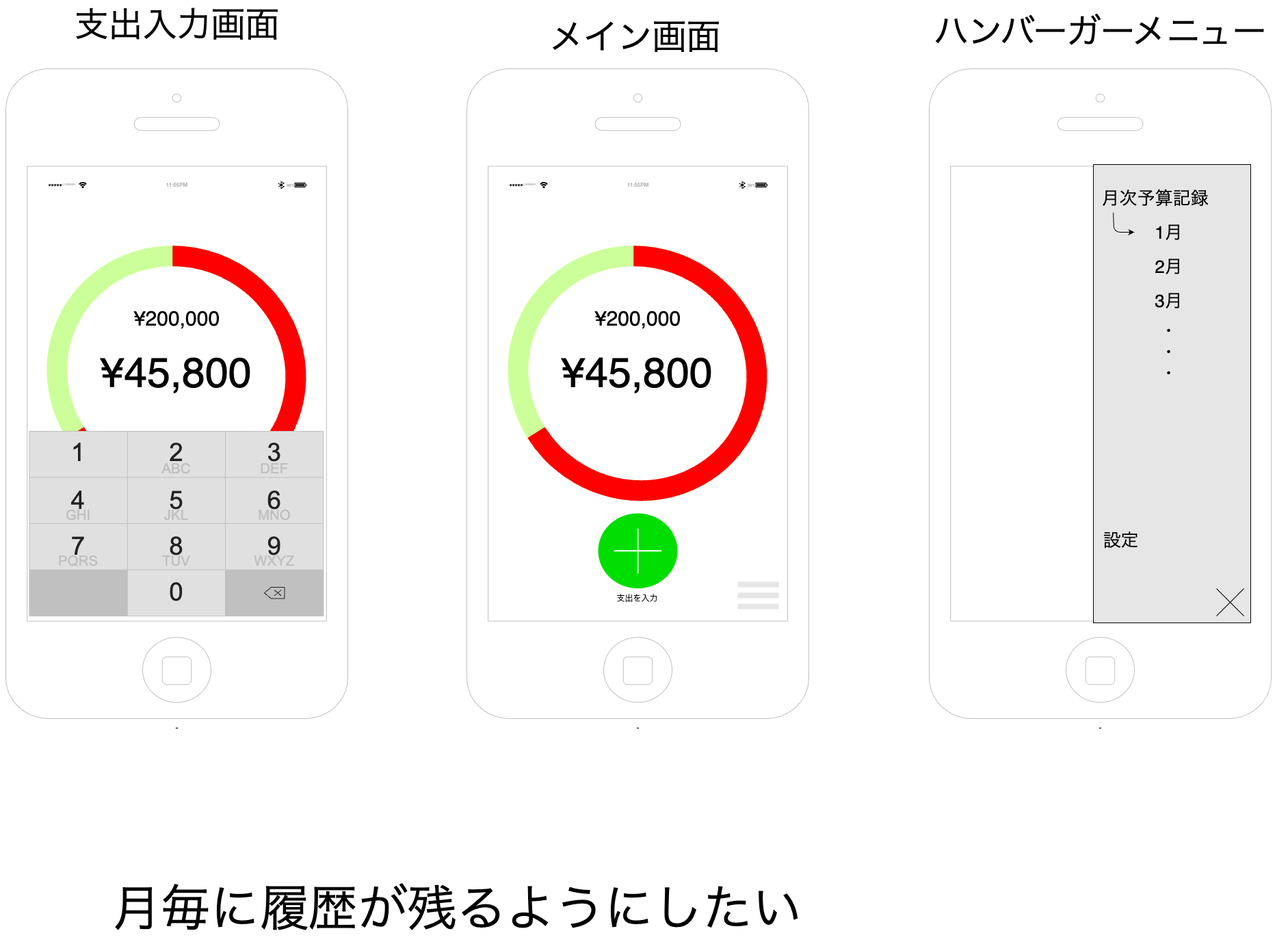
The draw.io diagram draw/blueprint.drawio.png in Dan-fire2030/my-app, before a commit. Source tidied: cells renumbered, new cells last; positions are measured from the earlier drawing's top-left corner, leaving out a move shared by most shapes.
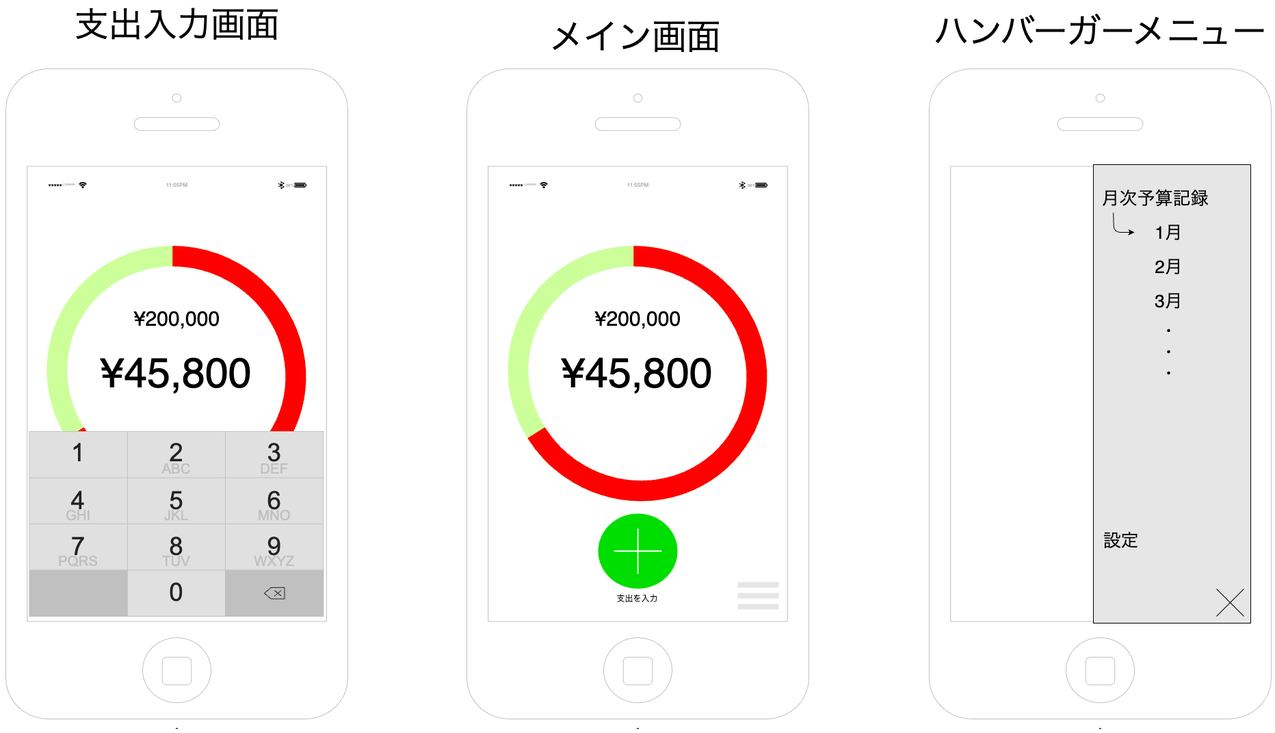
The same diagram one commit later.

The edit, as a diff of the source:
```diff
@@ -172,8 +172,5 @@
     <mxCell id="50" value="&lt;font style=&quot;font-size: 50px;&quot;&gt;支出入力画面&lt;/font&gt;" style="text;html=1;align=center;verticalAlign=middle;strokeColor=none;fillColor=none;" parent="1" vertex="1">
       <mxGeometry x="90" width="320" height="70" as="geometry" />
     </mxCell>
-    <mxCell id="51" value="&lt;font style=&quot;font-size: 72px;&quot;&gt;月毎に履歴が残るようにしたい&lt;/font&gt;" style="text;html=1;align=center;verticalAlign=middle;strokeColor=none;fillColor=none;" parent="1" vertex="1">
-      <mxGeometry x="144" y="1280" width="1030" height="100" as="geometry" />
-    </mxCell>
   </root>
 </mxGraphModel>
```
